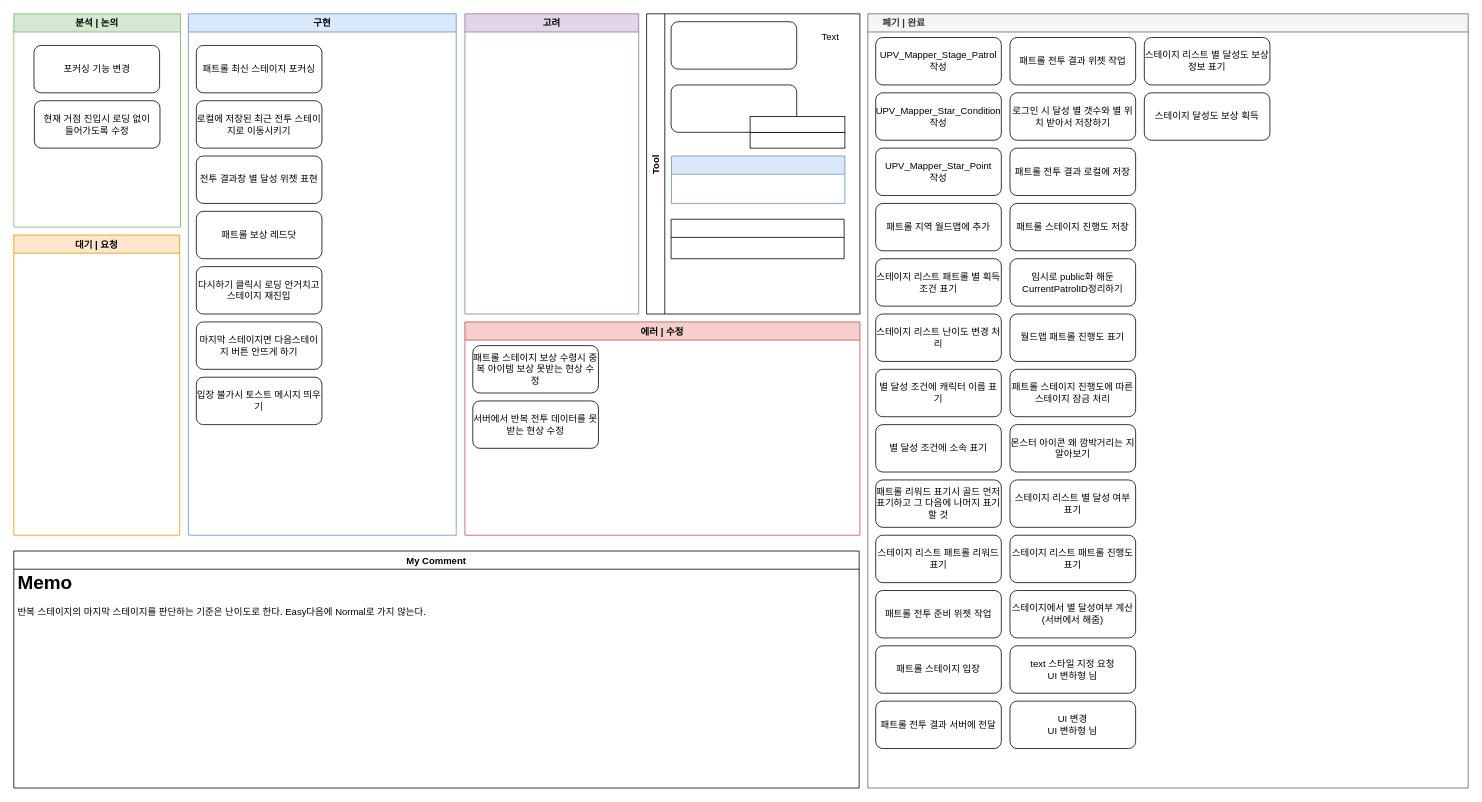
Before: 반복 스테이지 진행상황.drawio in Endorr/Job-Board, a draw.io diagram. Source tidied: cells renumbered, new cells numbered last; positions are measured from the earlier drawing's top-left corner, leaving out a move shared by most shapes. Both pictures are drawn from the tidied source at 79%, with x=0, y=0 at pixel (13, 13).
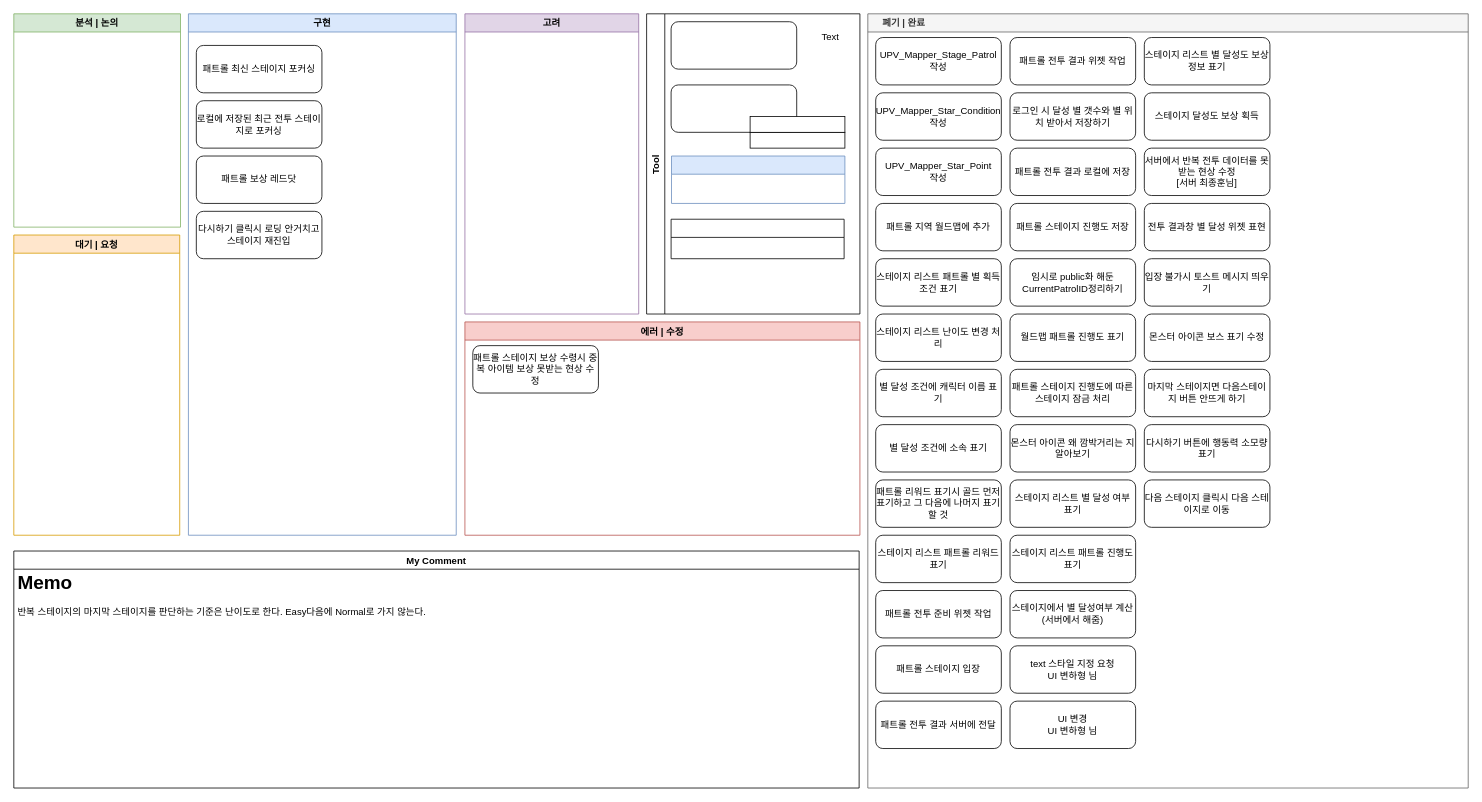
Above is the later version.

Commit message:
Update 반복 스테이지 진행상황.drawio

Unchanged cells that the change refers to:
```xml
<mxCell id="2" value="구현" style="swimlane;fillColor=#dae8fc;strokeColor=#6c8ebf;" parent="1" vertex="1">
  <mxGeometry x="221" width="339" height="660" as="geometry" />
</mxCell>
<mxCell id="10" value="분석 | 논의" style="swimlane;strokeColor=#82b366;fillColor=#D5E8D4;" parent="1" vertex="1">
  <mxGeometry width="211" height="270" as="geometry" />
</mxCell>
<mxCell id="15" value="에러 | 수정" style="swimlane;fillColor=#f8cecc;strokeColor=#b85450;startSize=23;" parent="1" vertex="1">
  <mxGeometry x="571" y="390" width="500" height="270" as="geometry" />
</mxCell>
<mxCell id="18" value="     폐기 | 완료" style="swimlane;strokeColor=#666666;fillColor=#f5f5f5;fontColor=#333333;align=left;" parent="1" vertex="1">
  <mxGeometry x="1081" width="760" height="980" as="geometry" />
</mxCell>
```

Change to the diagram source:
```diff
@@
-    <mxCell id="3" value="로컬에 저장된 최근 전투 스테이지로 이동시키기" style="rounded=1;whiteSpace=wrap;html=1;" parent="2" vertex="1">
+    <mxCell id="3" value="로컬에 저장된 최근 전투 스테이지로 포커싱" style="rounded=1;whiteSpace=wrap;html=1;" parent="2" vertex="1">
       <mxGeometry x="10" y="110" width="159" height="60" as="geometry" />
     </mxCell>
@@
-    <mxCell id="5" value="전투 결과창 별 달성 위젯 표현" style="rounded=1;whiteSpace=wrap;html=1;" parent="2" vertex="1">
-      <mxGeometry x="10" y="180" width="159" height="60" as="geometry" />
-    </mxCell>
     <mxCell id="6" value="패트롤 보상 레드닷" style="rounded=1;whiteSpace=wrap;html=1;" parent="2" vertex="1">
-      <mxGeometry x="10" y="250" width="159" height="60" as="geometry" />
+      <mxGeometry x="10" y="180" width="159" height="60" as="geometry" />
     </mxCell>
     <mxCell id="7" value="다시하기 클릭시 로딩 안거치고 스테이지 재진입" style="rounded=1;whiteSpace=wrap;html=1;" parent="2" vertex="1">
-      <mxGeometry x="10" y="320" width="159" height="60" as="geometry" />
+      <mxGeometry x="10" y="250" width="159" height="60" as="geometry" />
     </mxCell>
-    <mxCell id="8" value="마지막 스테이지면 다음스테이지 버튼 안뜨게 하기" style="rounded=1;whiteSpace=wrap;html=1;" parent="2" vertex="1">
-      <mxGeometry x="10" y="390" width="159" height="60" as="geometry" />
-    </mxCell>
-    <mxCell id="9" value="입장 불가시 토스트 메시지 띄우기" style="rounded=1;whiteSpace=wrap;html=1;" parent="2" vertex="1">
-      <mxGeometry x="10" y="460" width="159" height="60" as="geometry" />
-    </mxCell>
@@
-    <mxCell id="11" value="포커싱 기능 변경" style="rounded=1;whiteSpace=wrap;html=1;" parent="10" vertex="1">
-      <mxGeometry x="25.5" y="40" width="159" height="60" as="geometry" />
-    </mxCell>
-    <mxCell id="12" value="현재 거점 진입시 로딩 없이&lt;br&gt;들어가도록 수정" style="rounded=1;whiteSpace=wrap;html=1;" parent="10" vertex="1">
-      <mxGeometry x="26" y="110" width="159" height="60" as="geometry" />
-    </mxCell>
@@
-    <mxCell id="17" value="서버에서 반복 전투 데이터를 못받는 현상 수정" style="rounded=1;whiteSpace=wrap;html=1;" parent="15" vertex="1">
-      <mxGeometry x="10" y="100" width="159" height="60" as="geometry" />
-    </mxCell>
@@
+    <mxCell id="17" value="서버에서 반복 전투 데이터를 못받는 현상 수정&lt;br&gt;[서버 최종훈님]" style="rounded=1;whiteSpace=wrap;html=1;" parent="18" vertex="1">
+      <mxGeometry x="350" y="170" width="159" height="60" as="geometry" />
+    </mxCell>
+    <mxCell id="5" value="전투 결과창 별 달성 위젯 표현" style="rounded=1;whiteSpace=wrap;html=1;" parent="18" vertex="1">
+      <mxGeometry x="350" y="240" width="159" height="60" as="geometry" />
+    </mxCell>
+    <mxCell id="9" value="입장 불가시 토스트 메시지 띄우기" style="rounded=1;whiteSpace=wrap;html=1;" parent="18" vertex="1">
+      <mxGeometry x="350" y="310" width="159" height="60" as="geometry" />
+    </mxCell>
+    <mxCell id="58" value="몬스터 아이콘 보스 표기 수정" style="rounded=1;whiteSpace=wrap;html=1;" parent="18" vertex="1">
+      <mxGeometry x="350" y="380" width="159" height="60" as="geometry" />
+    </mxCell>
+    <mxCell id="8" value="마지막 스테이지면 다음스테이지 버튼 안뜨게 하기" style="rounded=1;whiteSpace=wrap;html=1;" parent="18" vertex="1">
+      <mxGeometry x="350" y="450" width="159" height="60" as="geometry" />
+    </mxCell>
+    <mxCell id="59" value="다시하기 버튼에 행동력 소모량 표기" style="rounded=1;whiteSpace=wrap;html=1;" parent="18" vertex="1">
+      <mxGeometry x="350" y="520" width="159" height="60" as="geometry" />
+    </mxCell>
+    <mxCell id="60" value="다음 스테이지 클릭시 다음 스테이지로 이동" style="rounded=1;whiteSpace=wrap;html=1;" parent="18" vertex="1">
+      <mxGeometry x="350" y="590" width="159" height="60" as="geometry" />
+    </mxCell>
```
